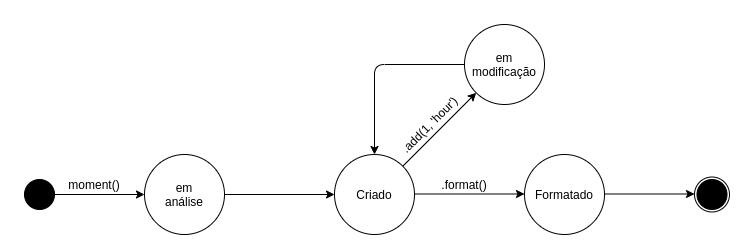
The draw.io diagram content/posts/momentjs/momentjs-visao-informacao.png in joaoarthurbm/arqsoft-blog, before a commit. Source tidied: cells renumbered, new cells last; positions are measured from the earlier drawing's top-left corner, leaving out a move shared by most shapes. The source it was exported from:
```xml
<mxGraphModel>
  <root>
    <mxCell id="0" />
    <mxCell id="1" parent="0" />
    <mxCell id="2" style="ellipse;whiteSpace=wrap;html=1;" parent="1" vertex="1">
      <mxGeometry x="120" y="130" width="80" height="80" as="geometry" />
    </mxCell>
    <mxCell id="3" value="em análise" style="text;html=1;strokeColor=none;fillColor=none;align=center;verticalAlign=middle;whiteSpace=wrap;rounded=0;" parent="1" vertex="1">
      <mxGeometry x="140" y="160" width="40" height="20" as="geometry" />
    </mxCell>
    <mxCell id="4" style="endArrow=classic;html=1;exitX=1;exitY=0.5;exitDx=0;exitDy=0;entryX=0;entryY=0.5;entryDx=0;entryDy=0;" parent="1" edge="1" source="2" target="5">
      <mxGeometry relative="1" as="geometry" />
    </mxCell>
    <mxCell id="5" style="ellipse;whiteSpace=wrap;html=1;" parent="1" vertex="1">
      <mxGeometry x="310" y="130" width="80" height="80" as="geometry" />
    </mxCell>
    <mxCell id="6" value="Criado" style="text;html=1;strokeColor=none;fillColor=none;align=center;verticalAlign=middle;whiteSpace=wrap;rounded=0;" parent="1" vertex="1">
      <mxGeometry x="330" y="160" width="40" height="20" as="geometry" />
    </mxCell>
    <mxCell id="7" style="endArrow=classic;html=1;exitX=1;exitY=0;exitDx=0;exitDy=0;entryX=0;entryY=1;entryDx=0;entryDy=0;" parent="1" edge="1" source="5" target="8">
      <mxGeometry relative="1" as="geometry" />
    </mxCell>
    <mxCell id="8" style="ellipse;whiteSpace=wrap;html=1;" parent="1" vertex="1">
      <mxGeometry x="440" width="80" height="80" as="geometry" />
    </mxCell>
    <mxCell id="9" value="em modificação" style="text;html=1;strokeColor=none;fillColor=none;align=center;verticalAlign=middle;whiteSpace=wrap;rounded=0;" parent="1" vertex="1">
      <mxGeometry x="460" y="30" width="40" height="20" as="geometry" />
    </mxCell>
    <mxCell id="10" style="html=1;labelBackgroundColor=#ffffff;endArrow=classic;endFill=1;endSize=6;jettySize=auto;strokeWidth=1;fontSize=14;entryX=0.5;entryY=0;entryDx=0;entryDy=0;exitX=0;exitY=0.5;exitDx=0;exitDy=0;" parent="1" edge="1" source="8" target="5">
      <mxGeometry relative="1" as="geometry">
        <Array as="points">
          <mxPoint x="350" y="40" />
        </Array>
      </mxGeometry>
    </mxCell>
    <mxCell id="11" style="endArrow=classic;html=1;exitX=1;exitY=0.5;exitDx=0;exitDy=0;entryX=0;entryY=0.5;entryDx=0;entryDy=0;" parent="1" edge="1">
      <mxGeometry relative="1" as="geometry">
        <mxPoint x="390" y="169.5" as="sourcePoint" />
        <mxPoint x="500" y="169.5" as="targetPoint" />
      </mxGeometry>
    </mxCell>
    <mxCell id="12" style="ellipse;whiteSpace=wrap;html=1;" parent="1" vertex="1">
      <mxGeometry x="500" y="130" width="80" height="80" as="geometry" />
    </mxCell>
    <mxCell id="13" value="Formatado" style="text;html=1;strokeColor=none;fillColor=none;align=center;verticalAlign=middle;whiteSpace=wrap;rounded=0;" parent="1" vertex="1">
      <mxGeometry x="520" y="160" width="40" height="20" as="geometry" />
    </mxCell>
    <mxCell id="14" style="edgeStyle=orthogonalEdgeStyle;rounded=0;jettySize=auto;html=1;entryX=0;entryY=0.5;entryDx=0;entryDy=0;" parent="1" edge="1" source="15" target="2">
      <mxGeometry relative="1" as="geometry" />
    </mxCell>
    <mxCell id="15" style="ellipse;whiteSpace=wrap;html=1;fillColor=#000000;" parent="1" vertex="1">
      <mxGeometry y="155" width="30" height="30" as="geometry" />
    </mxCell>
    <mxCell id="16" style="edgeStyle=orthogonalEdgeStyle;rounded=0;orthogonalLoop=1;jettySize=auto;html=1;entryX=0;entryY=0.5;entryDx=0;entryDy=0;" parent="1" edge="1">
      <mxGeometry relative="1" as="geometry">
        <mxPoint x="580" y="169.5" as="sourcePoint" />
        <mxPoint x="670" y="169.5" as="targetPoint" />
      </mxGeometry>
    </mxCell>
    <mxCell id="17" style="group;" parent="1" vertex="1">
      <mxGeometry x="670" y="152.5" width="35" height="35" as="geometry" />
    </mxCell>
    <mxCell id="18" style="ellipse;whiteSpace=wrap;html=1;fillColor=#FFFDFC;" parent="17" vertex="1">
      <mxGeometry width="35" height="35" as="geometry" />
    </mxCell>
    <mxCell id="19" style="ellipse;whiteSpace=wrap;html=1;fillColor=#000000;" parent="17" vertex="1">
      <mxGeometry x="2.5" y="2.5" width="30" height="30" as="geometry" />
    </mxCell>
    <mxCell id="20" value="moment()" style="text;html=1;strokeColor=none;fillColor=none;align=center;verticalAlign=middle;whiteSpace=wrap;rounded=0;" parent="1" vertex="1">
      <mxGeometry x="40" y="150" width="60" height="20" as="geometry" />
    </mxCell>
    <mxCell id="21" value=".add(1, 'hour')" style="text;html=1;strokeColor=none;fillColor=none;align=center;verticalAlign=middle;whiteSpace=wrap;rounded=0;rotation=-45;" parent="1" vertex="1">
      <mxGeometry x="360" y="90" width="90" height="20" as="geometry" />
    </mxCell>
    <mxCell id="22" value=".format()" style="text;html=1;strokeColor=none;fillColor=none;align=center;verticalAlign=middle;whiteSpace=wrap;rounded=0;" parent="1" vertex="1">
      <mxGeometry x="420" y="150" width="40" height="20" as="geometry" />
    </mxCell>
  </root>
</mxGraphModel>
```
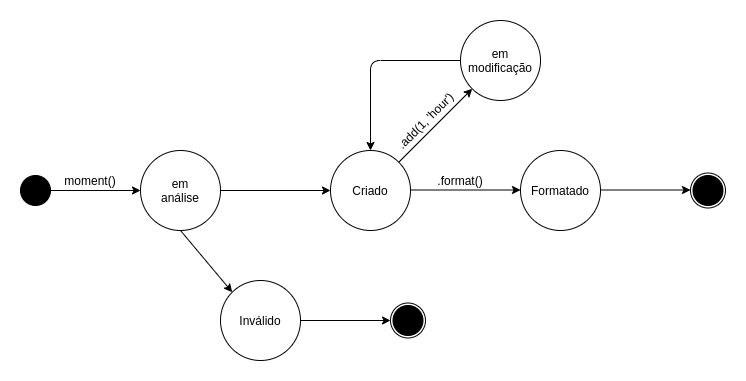
The same diagram one commit later.

Commit message:
Adding description of the diagrams

Diff of the diagram source:
```diff
@@ -75,5 +75,26 @@
     <mxCell id="22" value=".format()" style="text;html=1;strokeColor=none;fillColor=none;align=center;verticalAlign=middle;whiteSpace=wrap;rounded=0;" parent="1" vertex="1">
       <mxGeometry x="420" y="150" width="40" height="20" as="geometry" />
     </mxCell>
+    <mxCell id="23" style="ellipse;whiteSpace=wrap;html=1;" parent="1" vertex="1">
+      <mxGeometry x="200" y="260" width="80" height="80" as="geometry" />
+    </mxCell>
+    <mxCell id="24" value="Inválido" style="text;html=1;strokeColor=none;fillColor=none;align=center;verticalAlign=middle;whiteSpace=wrap;rounded=0;" parent="1" vertex="1">
+      <mxGeometry x="220" y="290" width="40" height="20" as="geometry" />
+    </mxCell>
+    <mxCell id="25" style="endArrow=classic;html=1;exitX=0.5;exitY=1;exitDx=0;exitDy=0;entryX=0;entryY=0;entryDx=0;entryDy=0;" parent="1" edge="1" source="2" target="23">
+      <mxGeometry relative="1" as="geometry" />
+    </mxCell>
+    <mxCell id="26" style="edgeStyle=orthogonalEdgeStyle;rounded=0;jettySize=auto;html=1;entryX=0;entryY=0.5;entryDx=0;entryDy=0;exitX=1;exitY=0.5;exitDx=0;exitDy=0;" parent="1" edge="1" source="23" target="28">
+      <mxGeometry relative="1" as="geometry" />
+    </mxCell>
+    <mxCell id="27" style="group;" parent="1" vertex="1">
+      <mxGeometry x="370" y="282.5" width="35" height="35" as="geometry" />
+    </mxCell>
+    <mxCell id="28" style="ellipse;whiteSpace=wrap;html=1;fillColor=#FFFDFC;" parent="27" vertex="1">
+      <mxGeometry width="35" height="35" as="geometry" />
+    </mxCell>
+    <mxCell id="29" style="ellipse;whiteSpace=wrap;html=1;fillColor=#000000;" parent="27" vertex="1">
+      <mxGeometry x="2.5" y="2.5" width="30" height="30" as="geometry" />
+    </mxCell>
   </root>
 </mxGraphModel>
```
